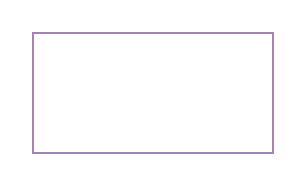
Before: Untitled Diagram.drawio in zunzhumu/pct, a draw.io diagram. Source tidied: cells renumbered, new cells numbered last; positions are measured from the earlier drawing's top-left corner, leaving out a move shared by most shapes. Both pictures are drawn from the tidied source at 200%, with x=0, y=0 at pixel (32, 32).
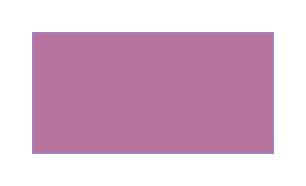
The same diagram, later.

Diff of the diagram source:
```diff
@@
 <mxGraphModel>
   <root>
     <mxCell id="0" />
     <mxCell id="1" parent="0" />
-    <mxCell id="2" style="rounded=0;whiteSpace=wrap;html=1;strokeColor=#A680B8;" parent="1" vertex="1">
+    <mxCell id="2" style="rounded=0;whiteSpace=wrap;html=1;strokeColor=#A680B8;fillColor=#B5739D;" parent="1" vertex="1">
       <mxGeometry width="120" height="60" as="geometry" />
     </mxCell>
   </root>
 </mxGraphModel>
```
